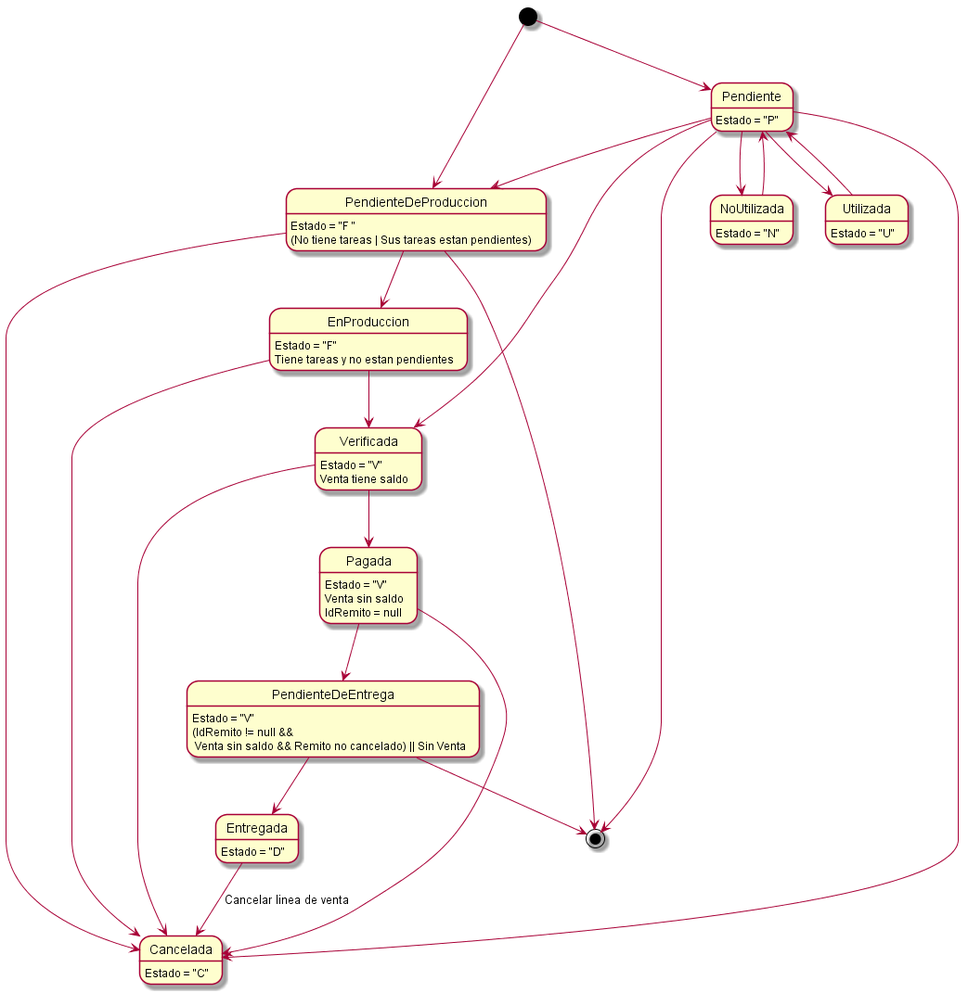
Earlier version of the PlantUML export Informe Final/Imagenes/DiagramasEstado/DiagramaDeEstado/lineasProducto.png (ZMGestion/DocumentacionZMGestion).
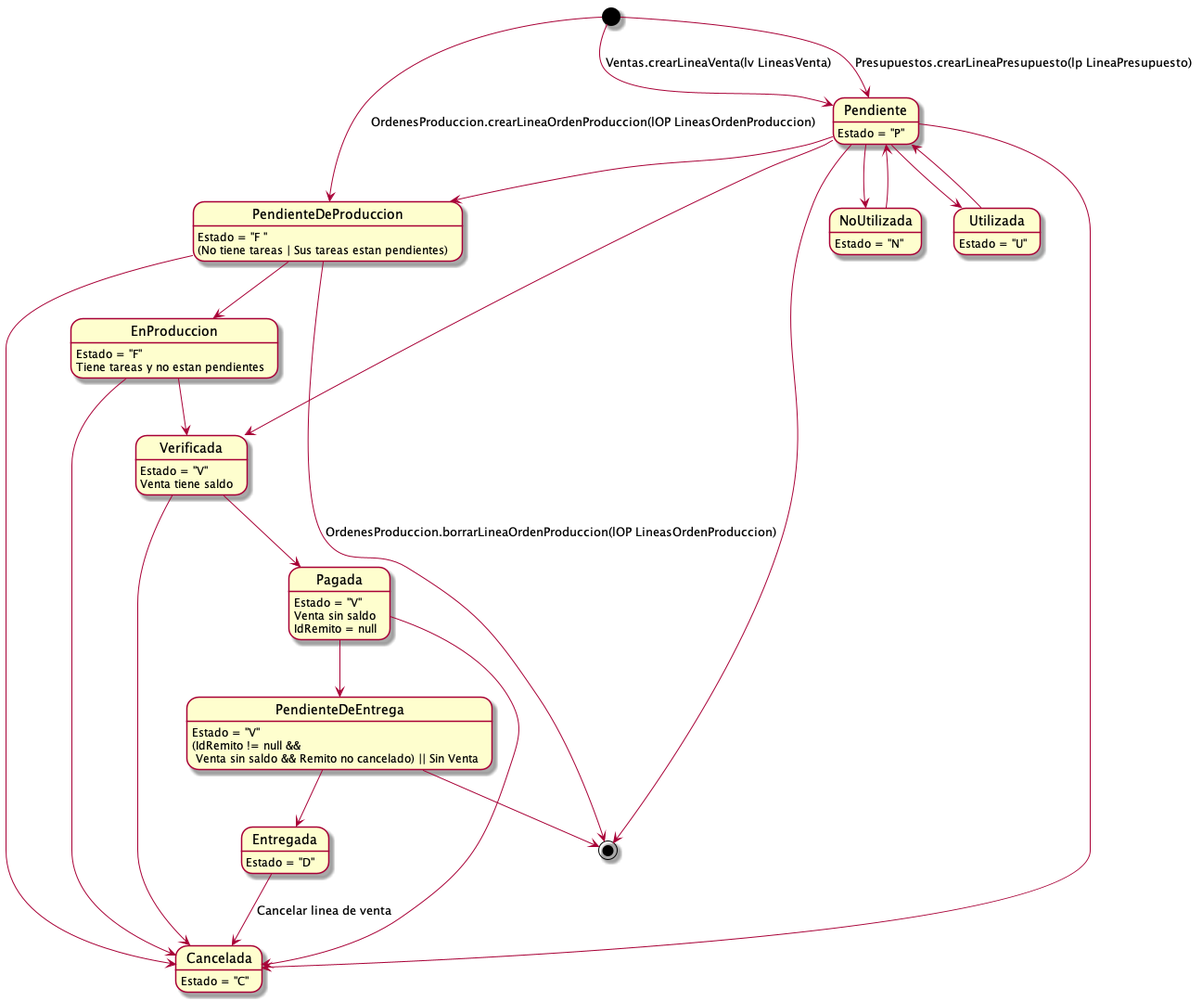
The same diagram one commit later.

Change to the diagram source:
```diff
@@ -17,10 +17,11 @@
 Entregada: Estado = "D"
 
 top to bottom direction
-[*] --> Pendiente
+[*] --> Pendiente: Presupuestos.crearLineaPresupuesto(lp LineaPresupuesto)
+[*] --> Pendiente: Ventas.crearLineaVenta(lv LineasVenta)
 Pendiente --> [*]
-[*] --> PendienteDeProduccion
-PendienteDeProduccion --> [*]
+[*] --> PendienteDeProduccion: OrdenesProduccion.crearLineaOrdenProduccion(lOP LineasOrdenProduccion)
+PendienteDeProduccion --> [*]: OrdenesProduccion.borrarLineaOrdenProduccion(lOP LineasOrdenProduccion)
 Pendiente --> Utilizada
 Utilizada --> Pendiente
 Pendiente --> NoUtilizada
```
